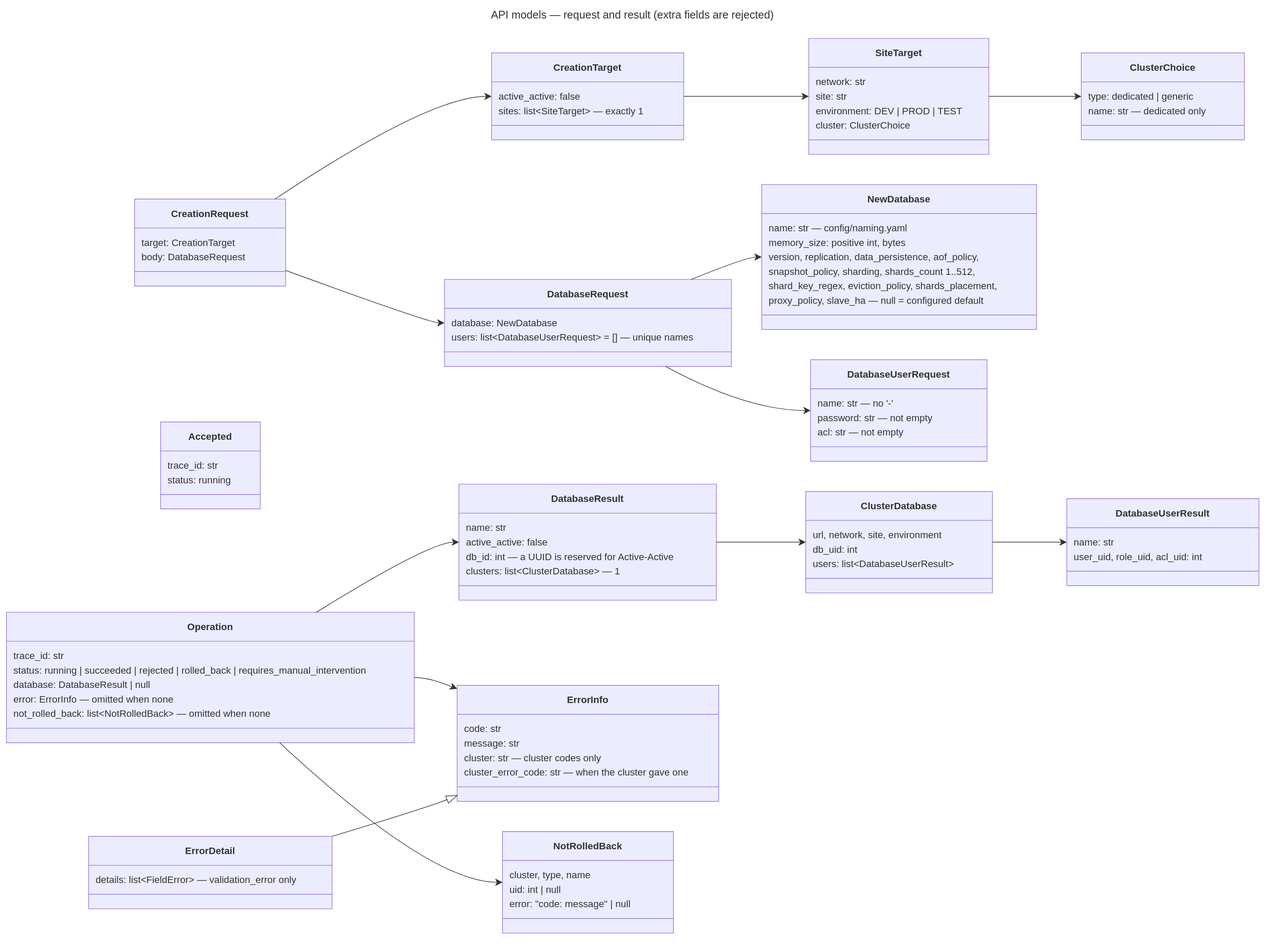
Above: docs/diagrams/19-api-models-create.drawio.svg in EliShteinman/redis-enterprise-services (draw.io), before the change. Source tidied: cells renumbered, new cells last; positions are measured from the earlier drawing's top-left corner, leaving out a move shared by most shapes.
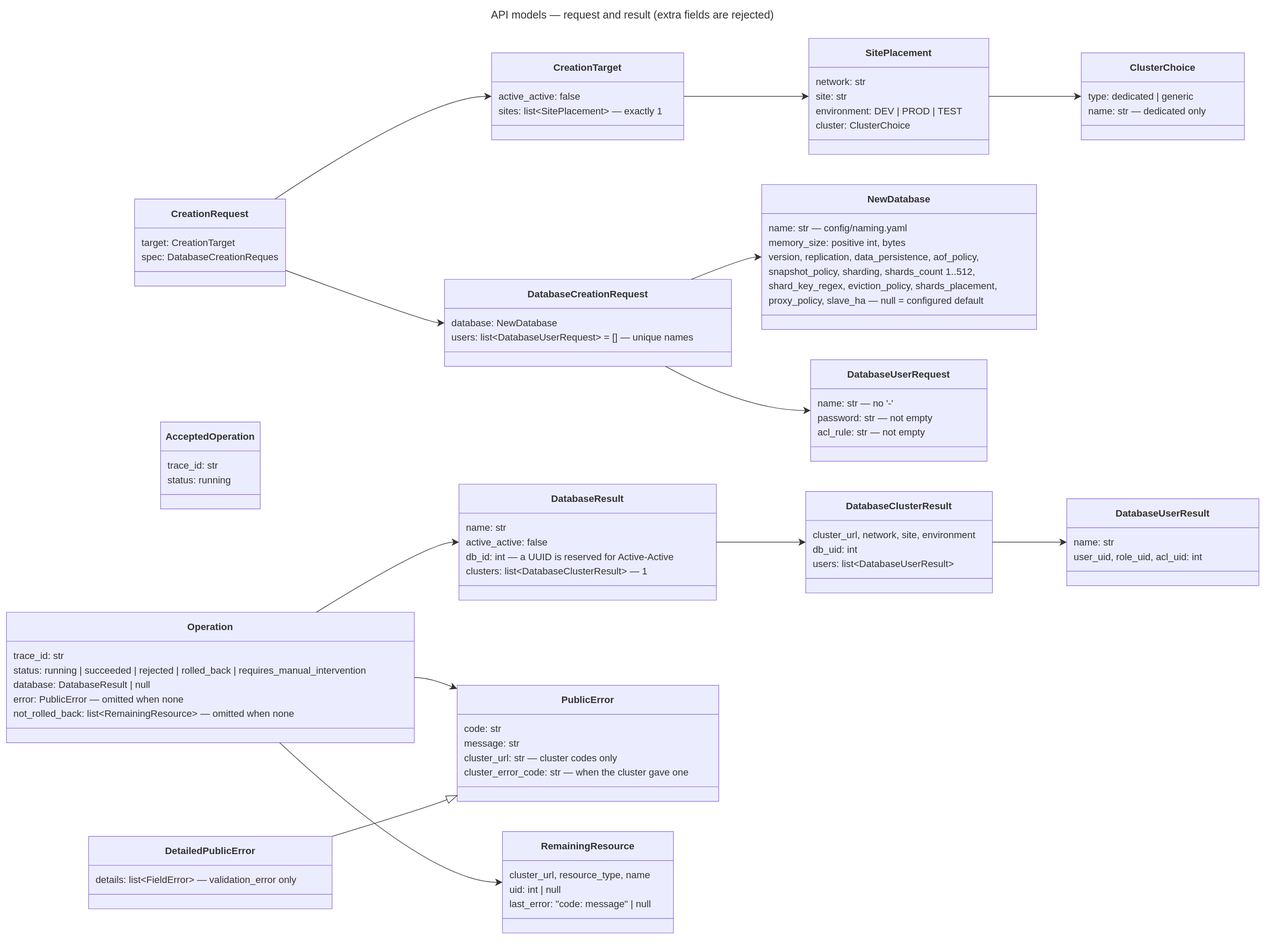
After the commit.

The edit, as a diff of the source:
```diff
@@ -10,3 +10,3 @@
     </mxCell>
-    <mxCell id="4" value="body: DatabaseRequest" style="text;fontSize=16;strokeColor=none;fillColor=none;align=left;verticalAlign=middle;spacingLeft=10;spacingRight=12;spacingBottom=2;overflow=hidden;fontFamily=Trebuchet MS,Verdana,Arial,sans-serif;fontColor=light-dark(#333333,#cccccc);" parent="2" vertex="1">
+    <mxCell id="4" value="spec: DatabaseCreationRequest" style="text;fontSize=16;strokeColor=none;fillColor=none;align=left;verticalAlign=middle;spacingLeft=10;spacingRight=12;spacingBottom=2;overflow=hidden;fontFamily=Trebuchet MS,Verdana,Arial,sans-serif;fontColor=light-dark(#333333,#cccccc);" parent="2" vertex="1">
       <mxGeometry y="84" width="250" height="24" as="geometry" />
@@ -22,3 +22,3 @@
     </mxCell>
-    <mxCell id="8" value="sites: list&lt;SiteTarget&gt; — exactly 1" style="text;fontSize=16;strokeColor=none;fillColor=none;align=left;verticalAlign=middle;spacingLeft=10;spacingRight=12;spacingBottom=2;overflow=hidden;fontFamily=Trebuchet MS,Verdana,Arial,sans-serif;fontColor=light-dark(#333333,#cccccc);" parent="6" vertex="1">
+    <mxCell id="8" value="sites: list&lt;SitePlacement&gt; — exactly 1" style="text;fontSize=16;strokeColor=none;fillColor=none;align=left;verticalAlign=middle;spacingLeft=10;spacingRight=12;spacingBottom=2;overflow=hidden;fontFamily=Trebuchet MS,Verdana,Arial,sans-serif;fontColor=light-dark(#333333,#cccccc);" parent="6" vertex="1">
       <mxGeometry y="84" width="318" height="24" as="geometry" />
@@ -28,3 +28,3 @@
     </mxCell>
-    <mxCell id="10" value="&lt;b&gt;SiteTarget&lt;/b&gt;" style="swimlane;html=1;fontStyle=1;fontSize=16;align=center;verticalAlign=middle;horizontal=1;startSize=48;swimlaneFillColor=light-dark(#ECECFF,#1f2020);whiteSpace=wrap;fillColor=light-dark(#ECECFF,#1f2020);strokeColor=light-dark(#9370DB,#cccccc);fontColor=light-dark(#333333,#cccccc);fontFamily=Trebuchet MS,Verdana,Arial,sans-serif;" parent="1" vertex="1">
+    <mxCell id="10" value="&lt;b&gt;SitePlacement&lt;/b&gt;" style="swimlane;html=1;fontStyle=1;fontSize=16;align=center;verticalAlign=middle;horizontal=1;startSize=48;swimlaneFillColor=light-dark(#ECECFF,#1f2020);whiteSpace=wrap;fillColor=light-dark(#ECECFF,#1f2020);strokeColor=light-dark(#9370DB,#cccccc);fontColor=light-dark(#333333,#cccccc);fontFamily=Trebuchet MS,Verdana,Arial,sans-serif;" parent="1" vertex="1">
       <mxGeometry x="1328" y="53" width="298" height="192" as="geometry" />
@@ -58,3 +58,3 @@
     </mxCell>
-    <mxCell id="20" value="&lt;b&gt;DatabaseRequest&lt;/b&gt;" style="swimlane;html=1;fontStyle=1;fontSize=16;align=center;verticalAlign=middle;horizontal=1;startSize=48;swimlaneFillColor=light-dark(#ECECFF,#1f2020);whiteSpace=wrap;fillColor=light-dark(#ECECFF,#1f2020);strokeColor=light-dark(#9370DB,#cccccc);fontColor=light-dark(#333333,#cccccc);fontFamily=Trebuchet MS,Verdana,Arial,sans-serif;" parent="1" vertex="1">
+    <mxCell id="20" value="&lt;b&gt;DatabaseCreationRequest&lt;/b&gt;" style="swimlane;html=1;fontStyle=1;fontSize=16;align=center;verticalAlign=middle;horizontal=1;startSize=48;swimlaneFillColor=light-dark(#ECECFF,#1f2020);whiteSpace=wrap;fillColor=light-dark(#ECECFF,#1f2020);strokeColor=light-dark(#9370DB,#cccccc);fontColor=light-dark(#333333,#cccccc);fontFamily=Trebuchet MS,Verdana,Arial,sans-serif;" parent="1" vertex="1">
       <mxGeometry x="725" y="452" width="475" height="144" as="geometry" />
@@ -103,3 +103,3 @@
     </mxCell>
-    <mxCell id="35" value="acl: str — not empty" style="text;fontSize=16;strokeColor=none;fillColor=none;align=left;verticalAlign=middle;spacingLeft=10;spacingRight=12;spacingBottom=2;overflow=hidden;fontFamily=Trebuchet MS,Verdana,Arial,sans-serif;fontColor=light-dark(#333333,#cccccc);" parent="32" vertex="1">
+    <mxCell id="35" value="acl_rule: str — not empty" style="text;fontSize=16;strokeColor=none;fillColor=none;align=left;verticalAlign=middle;spacingLeft=10;spacingRight=12;spacingBottom=2;overflow=hidden;fontFamily=Trebuchet MS,Verdana,Arial,sans-serif;fontColor=light-dark(#333333,#cccccc);" parent="32" vertex="1">
       <mxGeometry y="108" width="292" height="24" as="geometry" />
@@ -109,3 +109,3 @@
     </mxCell>
-    <mxCell id="37" value="&lt;b&gt;Accepted&lt;/b&gt;" style="swimlane;html=1;fontStyle=1;fontSize=16;align=center;verticalAlign=middle;horizontal=1;startSize=48;swimlaneFillColor=light-dark(#ECECFF,#1f2020);whiteSpace=wrap;fillColor=light-dark(#ECECFF,#1f2020);strokeColor=light-dark(#9370DB,#cccccc);fontColor=light-dark(#333333,#cccccc);fontFamily=Trebuchet MS,Verdana,Arial,sans-serif;" parent="1" vertex="1">
+    <mxCell id="37" value="&lt;b&gt;AcceptedOperation&lt;/b&gt;" style="swimlane;html=1;fontStyle=1;fontSize=16;align=center;verticalAlign=middle;horizontal=1;startSize=48;swimlaneFillColor=light-dark(#ECECFF,#1f2020);whiteSpace=wrap;fillColor=light-dark(#ECECFF,#1f2020);strokeColor=light-dark(#9370DB,#cccccc);fontColor=light-dark(#333333,#cccccc);fontFamily=Trebuchet MS,Verdana,Arial,sans-serif;" parent="1" vertex="1">
       <mxGeometry x="255" y="688" width="165" height="144" as="geometry" />
@@ -133,6 +133,6 @@
     </mxCell>
-    <mxCell id="45" value="error: ErrorInfo — omitted when none" style="text;fontSize=16;strokeColor=none;fillColor=none;align=left;verticalAlign=middle;spacingLeft=10;spacingRight=12;spacingBottom=2;overflow=hidden;fontFamily=Trebuchet MS,Verdana,Arial,sans-serif;fontColor=light-dark(#333333,#cccccc);" parent="41" vertex="1">
+    <mxCell id="45" value="error: PublicError — omitted when none" style="text;fontSize=16;strokeColor=none;fillColor=none;align=left;verticalAlign=middle;spacingLeft=10;spacingRight=12;spacingBottom=2;overflow=hidden;fontFamily=Trebuchet MS,Verdana,Arial,sans-serif;fontColor=light-dark(#333333,#cccccc);" parent="41" vertex="1">
       <mxGeometry y="132" width="675" height="24" as="geometry" />
     </mxCell>
-    <mxCell id="46" value="not_rolled_back: list&lt;NotRolledBack&gt; — omitted when none" style="text;fontSize=16;strokeColor=none;fillColor=none;align=left;verticalAlign=middle;spacingLeft=10;spacingRight=12;spacingBottom=2;overflow=hidden;fontFamily=Trebuchet MS,Verdana,Arial,sans-serif;fontColor=light-dark(#333333,#cccccc);" parent="41" vertex="1">
+    <mxCell id="46" value="not_rolled_back: list&lt;RemainingResource&gt; — omitted when none" style="text;fontSize=16;strokeColor=none;fillColor=none;align=left;verticalAlign=middle;spacingLeft=10;spacingRight=12;spacingBottom=2;overflow=hidden;fontFamily=Trebuchet MS,Verdana,Arial,sans-serif;fontColor=light-dark(#333333,#cccccc);" parent="41" vertex="1">
       <mxGeometry y="156" width="675" height="24" as="geometry" />
@@ -154,3 +154,3 @@
     </mxCell>
-    <mxCell id="52" value="clusters: list&lt;ClusterDatabase&gt; — 1" style="text;fontSize=16;strokeColor=none;fillColor=none;align=left;verticalAlign=middle;spacingLeft=10;spacingRight=12;spacingBottom=2;overflow=hidden;fontFamily=Trebuchet MS,Verdana,Arial,sans-serif;fontColor=light-dark(#333333,#cccccc);" parent="48" vertex="1">
+    <mxCell id="52" value="clusters: list&lt;DatabaseClusterResult&gt; — 1" style="text;fontSize=16;strokeColor=none;fillColor=none;align=left;verticalAlign=middle;spacingLeft=10;spacingRight=12;spacingBottom=2;overflow=hidden;fontFamily=Trebuchet MS,Verdana,Arial,sans-serif;fontColor=light-dark(#333333,#cccccc);" parent="48" vertex="1">
       <mxGeometry y="132" width="426" height="24" as="geometry" />
@@ -160,6 +160,6 @@
     </mxCell>
-    <mxCell id="54" value="&lt;b&gt;ClusterDatabase&lt;/b&gt;" style="swimlane;html=1;fontStyle=1;fontSize=16;align=center;verticalAlign=middle;horizontal=1;startSize=48;swimlaneFillColor=light-dark(#ECECFF,#1f2020);whiteSpace=wrap;fillColor=light-dark(#ECECFF,#1f2020);strokeColor=light-dark(#9370DB,#cccccc);fontColor=light-dark(#333333,#cccccc);fontFamily=Trebuchet MS,Verdana,Arial,sans-serif;" parent="1" vertex="1">
+    <mxCell id="54" value="&lt;b&gt;DatabaseClusterResult&lt;/b&gt;" style="swimlane;html=1;fontStyle=1;fontSize=16;align=center;verticalAlign=middle;horizontal=1;startSize=48;swimlaneFillColor=light-dark(#ECECFF,#1f2020);whiteSpace=wrap;fillColor=light-dark(#ECECFF,#1f2020);strokeColor=light-dark(#9370DB,#cccccc);fontColor=light-dark(#333333,#cccccc);fontFamily=Trebuchet MS,Verdana,Arial,sans-serif;" parent="1" vertex="1">
       <mxGeometry x="1323" y="803" width="309" height="168" as="geometry" />
     </mxCell>
-    <mxCell id="55" value="url, network, site, environment" style="text;fontSize=16;strokeColor=none;fillColor=none;align=left;verticalAlign=middle;spacingLeft=10;spacingRight=12;spacingBottom=2;overflow=hidden;fontFamily=Trebuchet MS,Verdana,Arial,sans-serif;fontColor=light-dark(#333333,#cccccc);" parent="54" vertex="1">
+    <mxCell id="55" value="cluster_url, network, site, environment" style="text;fontSize=16;strokeColor=none;fillColor=none;align=left;verticalAlign=middle;spacingLeft=10;spacingRight=12;spacingBottom=2;overflow=hidden;fontFamily=Trebuchet MS,Verdana,Arial,sans-serif;fontColor=light-dark(#333333,#cccccc);" parent="54" vertex="1">
       <mxGeometry y="60" width="309" height="24" as="geometry" />
@@ -187,3 +187,3 @@
     </mxCell>
-    <mxCell id="63" value="&lt;b&gt;ErrorInfo&lt;/b&gt;" style="swimlane;html=1;fontStyle=1;fontSize=16;align=center;verticalAlign=middle;horizontal=1;startSize=48;swimlaneFillColor=light-dark(#ECECFF,#1f2020);whiteSpace=wrap;fillColor=light-dark(#ECECFF,#1f2020);strokeColor=light-dark(#9370DB,#cccccc);fontColor=light-dark(#333333,#cccccc);fontFamily=Trebuchet MS,Verdana,Arial,sans-serif;" parent="1" vertex="1">
+    <mxCell id="63" value="&lt;b&gt;PublicError&lt;/b&gt;" style="swimlane;html=1;fontStyle=1;fontSize=16;align=center;verticalAlign=middle;horizontal=1;startSize=48;swimlaneFillColor=light-dark(#ECECFF,#1f2020);whiteSpace=wrap;fillColor=light-dark(#ECECFF,#1f2020);strokeColor=light-dark(#9370DB,#cccccc);fontColor=light-dark(#333333,#cccccc);fontFamily=Trebuchet MS,Verdana,Arial,sans-serif;" parent="1" vertex="1">
       <mxGeometry x="746" y="1124" width="433" height="192" as="geometry" />
@@ -196,3 +196,3 @@
     </mxCell>
-    <mxCell id="66" value="cluster: str — cluster codes only" style="text;fontSize=16;strokeColor=none;fillColor=none;align=left;verticalAlign=middle;spacingLeft=10;spacingRight=12;spacingBottom=2;overflow=hidden;fontFamily=Trebuchet MS,Verdana,Arial,sans-serif;fontColor=light-dark(#333333,#cccccc);" parent="63" vertex="1">
+    <mxCell id="66" value="cluster_url: str — cluster codes only" style="text;fontSize=16;strokeColor=none;fillColor=none;align=left;verticalAlign=middle;spacingLeft=10;spacingRight=12;spacingBottom=2;overflow=hidden;fontFamily=Trebuchet MS,Verdana,Arial,sans-serif;fontColor=light-dark(#333333,#cccccc);" parent="63" vertex="1">
       <mxGeometry y="108" width="433" height="24" as="geometry" />
@@ -205,3 +205,3 @@
     </mxCell>
-    <mxCell id="69" value="&lt;b&gt;ErrorDetail&lt;/b&gt;" style="swimlane;html=1;fontStyle=1;fontSize=16;align=center;verticalAlign=middle;horizontal=1;startSize=48;swimlaneFillColor=light-dark(#ECECFF,#1f2020);whiteSpace=wrap;fillColor=light-dark(#ECECFF,#1f2020);strokeColor=light-dark(#9370DB,#cccccc);fontColor=light-dark(#333333,#cccccc);fontFamily=Trebuchet MS,Verdana,Arial,sans-serif;" parent="1" vertex="1">
+    <mxCell id="69" value="&lt;b&gt;DetailedPublicError&lt;/b&gt;" style="swimlane;html=1;fontStyle=1;fontSize=16;align=center;verticalAlign=middle;horizontal=1;startSize=48;swimlaneFillColor=light-dark(#ECECFF,#1f2020);whiteSpace=wrap;fillColor=light-dark(#ECECFF,#1f2020);strokeColor=light-dark(#9370DB,#cccccc);fontColor=light-dark(#333333,#cccccc);fontFamily=Trebuchet MS,Verdana,Arial,sans-serif;" parent="1" vertex="1">
       <mxGeometry x="136" y="1374" width="403" height="120" as="geometry" />
@@ -214,6 +214,6 @@
     </mxCell>
-    <mxCell id="72" value="&lt;b&gt;NotRolledBack&lt;/b&gt;" style="swimlane;html=1;fontStyle=1;fontSize=16;align=center;verticalAlign=middle;horizontal=1;startSize=48;swimlaneFillColor=light-dark(#ECECFF,#1f2020);whiteSpace=wrap;fillColor=light-dark(#ECECFF,#1f2020);strokeColor=light-dark(#9370DB,#cccccc);fontColor=light-dark(#333333,#cccccc);fontFamily=Trebuchet MS,Verdana,Arial,sans-serif;" parent="1" vertex="1">
+    <mxCell id="72" value="&lt;b&gt;RemainingResource&lt;/b&gt;" style="swimlane;html=1;fontStyle=1;fontSize=16;align=center;verticalAlign=middle;horizontal=1;startSize=48;swimlaneFillColor=light-dark(#ECECFF,#1f2020);whiteSpace=wrap;fillColor=light-dark(#ECECFF,#1f2020);strokeColor=light-dark(#9370DB,#cccccc);fontColor=light-dark(#333333,#cccccc);fontFamily=Trebuchet MS,Verdana,Arial,sans-serif;" parent="1" vertex="1">
       <mxGeometry x="821" y="1366" width="283" height="168" as="geometry" />
     </mxCell>
-    <mxCell id="73" value="cluster, type, name" style="text;fontSize=16;strokeColor=none;fillColor=none;align=left;verticalAlign=middle;spacingLeft=10;spacingRight=12;spacingBottom=2;overflow=hidden;fontFamily=Trebuchet MS,Verdana,Arial,sans-serif;fontColor=light-dark(#333333,#cccccc);" parent="72" vertex="1">
+    <mxCell id="73" value="cluster_url, resource_type, name" style="text;fontSize=16;strokeColor=none;fillColor=none;align=left;verticalAlign=middle;spacingLeft=10;spacingRight=12;spacingBottom=2;overflow=hidden;fontFamily=Trebuchet MS,Verdana,Arial,sans-serif;fontColor=light-dark(#333333,#cccccc);" parent="72" vertex="1">
       <mxGeometry y="60" width="283" height="24" as="geometry" />
@@ -223,3 +223,3 @@
     </mxCell>
-    <mxCell id="75" value="error: &quot;code: message&quot; | null" style="text;fontSize=16;strokeColor=none;fillColor=none;align=left;verticalAlign=middle;spacingLeft=10;spacingRight=12;spacingBottom=2;overflow=hidden;fontFamily=Trebuchet MS,Verdana,Arial,sans-serif;fontColor=light-dark(#333333,#cccccc);" parent="72" vertex="1">
+    <mxCell id="75" value="last_error: &quot;code: message&quot; | null" style="text;fontSize=16;strokeColor=none;fillColor=none;align=left;verticalAlign=middle;spacingLeft=10;spacingRight=12;spacingBottom=2;overflow=hidden;fontFamily=Trebuchet MS,Verdana,Arial,sans-serif;fontColor=light-dark(#333333,#cccccc);" parent="72" vertex="1">
       <mxGeometry y="108" width="283" height="24" as="geometry" />
```
